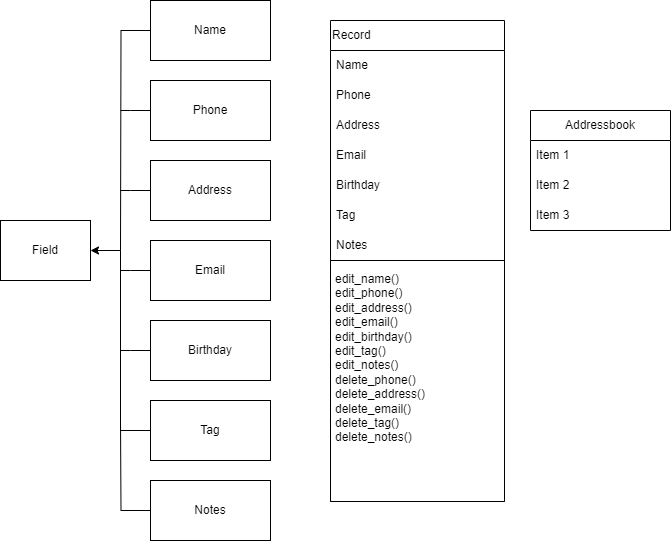
Earlier version of the draw.io export address_book/Diagram.drawio.png (kachnna/AdressBook). Source tidied: cells renumbered, new cells last; positions are measured from the earlier drawing's top-left corner, leaving out a move shared by most shapes.
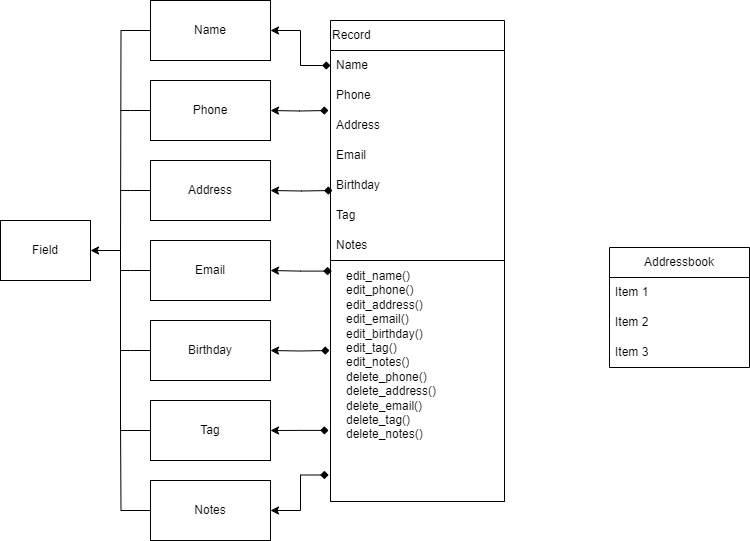
The same file after the commit.

What changed in the source:
```diff
@@ -87,10 +87,10 @@
       <mxGeometry y="240" width="174" height="241" as="geometry" />
     </mxCell>
     <mxCell id="26" value="&lt;blockquote style=&quot;margin: 0 0 0 40px; border: none; padding: 0px;&quot;&gt;&lt;/blockquote&gt;&lt;span style=&quot;background-color: initial;&quot;&gt;edit_name()&lt;/span&gt;&lt;br&gt;&lt;blockquote style=&quot;margin: 0px 0px 0px 40px; border: none; padding: 0px; line-height: 120%;&quot;&gt;&lt;/blockquote&gt;&lt;span style=&quot;background-color: initial;&quot;&gt;edit_phone()&lt;/span&gt;&lt;br&gt;&lt;blockquote style=&quot;margin: 0px 0px 0px 40px; border: none; padding: 0px; line-height: 120%;&quot;&gt;&lt;/blockquote&gt;&lt;span style=&quot;background-color: initial;&quot;&gt;edit_address()&lt;/span&gt;&lt;br&gt;&lt;blockquote style=&quot;margin: 0px 0px 0px 40px; border: none; padding: 0px; line-height: 120%;&quot;&gt;&lt;/blockquote&gt;&lt;span style=&quot;background-color: initial;&quot;&gt;edit_email()&lt;/span&gt;&lt;br&gt;&lt;blockquote style=&quot;margin: 0px 0px 0px 40px; border: none; padding: 0px; line-height: 120%;&quot;&gt;&lt;/blockquote&gt;&lt;span style=&quot;background-color: initial;&quot;&gt;edit_birthday()&lt;/span&gt;&lt;br&gt;&lt;blockquote style=&quot;margin: 0px 0px 0px 40px; border: none; padding: 0px; line-height: 120%;&quot;&gt;&lt;/blockquote&gt;&lt;span style=&quot;background-color: initial;&quot;&gt;edit_tag()&lt;/span&gt;&lt;br&gt;&lt;blockquote style=&quot;margin: 0px 0px 0px 40px; border: none; padding: 0px; line-height: 120%;&quot;&gt;&lt;/blockquote&gt;&lt;span style=&quot;background-color: initial;&quot;&gt;edit_notes()&lt;/span&gt;&lt;br&gt;&lt;blockquote style=&quot;margin: 0px 0px 0px 40px; border: none; padding: 0px; line-height: 120%;&quot;&gt;&lt;/blockquote&gt;&lt;span style=&quot;background-color: initial;&quot;&gt;delete_phone()&lt;/span&gt;&lt;br&gt;&lt;blockquote style=&quot;margin: 0px 0px 0px 40px; border: none; padding: 0px; line-height: 120%;&quot;&gt;&lt;/blockquote&gt;&lt;span style=&quot;background-color: initial;&quot;&gt;delete_address()&lt;/span&gt;&lt;br&gt;&lt;blockquote style=&quot;margin: 0px 0px 0px 40px; border: none; padding: 0px; line-height: 120%;&quot;&gt;&lt;/blockquote&gt;&lt;span style=&quot;background-color: initial;&quot;&gt;delete_email()&lt;/span&gt;&lt;br&gt;&lt;blockquote style=&quot;margin: 0px 0px 0px 40px; border: none; padding: 0px; line-height: 120%;&quot;&gt;&lt;/blockquote&gt;&lt;span style=&quot;background-color: initial;&quot;&gt;delete_tag()&lt;/span&gt;&lt;br&gt;&lt;font style=&quot;font-size: 12px;&quot;&gt;&lt;span style=&quot;background-color: initial;&quot;&gt;delete_notes()&lt;/span&gt;&lt;/font&gt;" style="text;html=1;strokeColor=none;fillColor=none;align=left;verticalAlign=top;whiteSpace=wrap;rounded=0;" parent="25" vertex="1">
-      <mxGeometry x="3" y="5" width="130" height="238" as="geometry" />
+      <mxGeometry x="14" y="1.5" width="130" height="238" as="geometry" />
     </mxCell>
     <mxCell id="27" value="Addressbook" style="swimlane;fontStyle=0;horizontal=1;startSize=30;whiteSpace=wrap;html=1;" parent="1" vertex="1">
-      <mxGeometry x="530" y="110" width="140" height="120" as="geometry" />
+      <mxGeometry x="609" y="247" width="140" height="120" as="geometry" />
     </mxCell>
     <mxCell id="28" value="Item 1" style="text;strokeColor=none;fillColor=none;align=left;verticalAlign=middle;spacingLeft=4;spacingRight=4;overflow=hidden;whiteSpace=wrap;html=1;" parent="27" vertex="1">
       <mxGeometry y="30" width="140" height="30" as="geometry" />
@@ -101,5 +101,32 @@
     <mxCell id="30" value="Item 3" style="text;strokeColor=none;fillColor=none;align=left;verticalAlign=middle;spacingLeft=4;spacingRight=4;overflow=hidden;whiteSpace=wrap;html=1;" parent="27" vertex="1">
       <mxGeometry y="90" width="140" height="30" as="geometry" />
     </mxCell>
+    <mxCell id="31" style="rounded=0;jettySize=auto;html=1;edgeStyle=orthogonalEdgeStyle;startArrow=diamond;startFill=1;exitX=-0.011;exitY=0.89;exitDx=0;exitDy=0;exitPerimeter=0;" parent="1" edge="1" source="25" target="14">
+      <mxGeometry relative="1" as="geometry" />
+    </mxCell>
+    <mxCell id="32" style="edgeStyle=orthogonalEdgeStyle;rounded=0;jettySize=auto;html=1;entryX=1;entryY=0.5;entryDx=0;entryDy=0;startArrow=diamond;startFill=1;exitX=-0.011;exitY=0.705;exitDx=0;exitDy=0;exitPerimeter=0;" parent="1" edge="1" source="25" target="12">
+      <mxGeometry relative="1" as="geometry" />
+    </mxCell>
+    <mxCell id="33" style="edgeStyle=orthogonalEdgeStyle;rounded=0;jettySize=auto;html=1;entryX=1;entryY=0.5;entryDx=0;entryDy=0;startArrow=diamond;startFill=1;" parent="1" edge="1" target="10">
+      <mxGeometry relative="1" as="geometry">
+        <mxPoint x="329" y="350" as="sourcePoint" />
+      </mxGeometry>
+    </mxCell>
+    <mxCell id="34" style="edgeStyle=orthogonalEdgeStyle;rounded=0;jettySize=auto;html=1;entryX=1;entryY=0.5;entryDx=0;entryDy=0;startArrow=diamond;startFill=1;" parent="1" edge="1" target="8">
+      <mxGeometry relative="1" as="geometry">
+        <mxPoint x="332" y="190" as="sourcePoint" />
+      </mxGeometry>
+    </mxCell>
+    <mxCell id="35" style="edgeStyle=orthogonalEdgeStyle;rounded=0;jettySize=auto;html=1;entryX=1;entryY=0.5;entryDx=0;entryDy=0;startArrow=diamond;startFill=1;exitX=0.007;exitY=0.044;exitDx=0;exitDy=0;exitPerimeter=0;" parent="1" edge="1" source="25" target="6">
+      <mxGeometry relative="1" as="geometry" />
+    </mxCell>
+    <mxCell id="36" style="edgeStyle=orthogonalEdgeStyle;rounded=0;jettySize=auto;html=1;entryX=1;entryY=0.5;entryDx=0;entryDy=0;startArrow=diamond;startFill=1;" parent="1" edge="1" target="4">
+      <mxGeometry relative="1" as="geometry">
+        <mxPoint x="328" y="110" as="sourcePoint" />
+      </mxGeometry>
+    </mxCell>
+    <mxCell id="37" style="edgeStyle=orthogonalEdgeStyle;rounded=0;jettySize=auto;html=1;entryX=1;entryY=0.5;entryDx=0;entryDy=0;startArrow=diamond;startFill=1;exitX=0;exitY=0.5;exitDx=0;exitDy=0;" parent="1" edge="1" source="18" target="16">
+      <mxGeometry relative="1" as="geometry" />
+    </mxCell>
   </root>
 </mxGraphModel>
```
